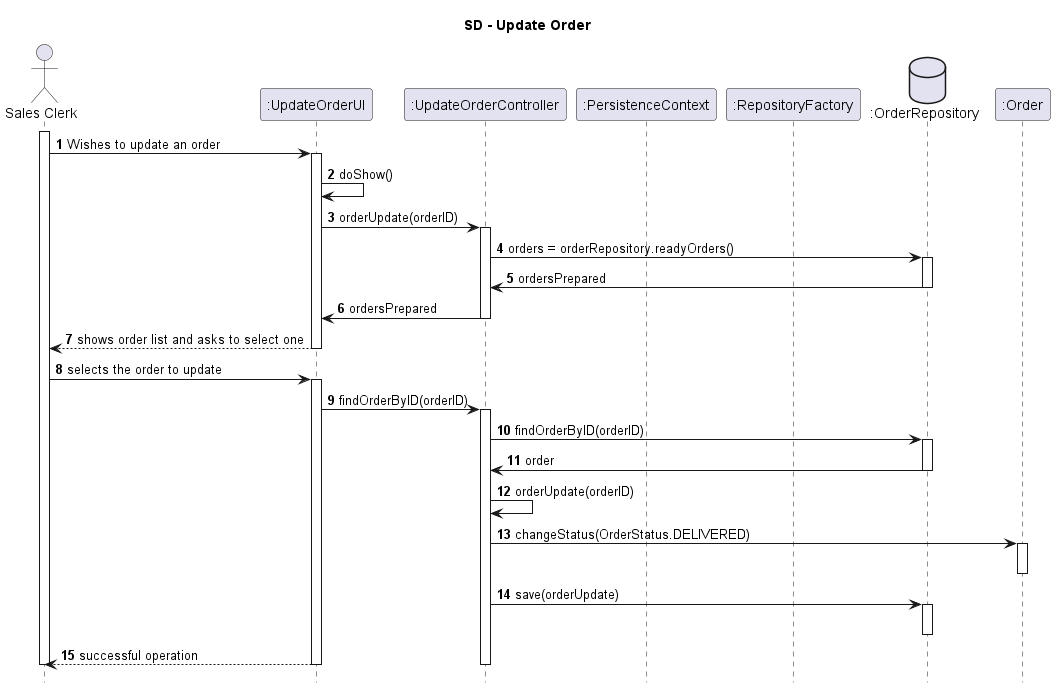
Above: Documentação/1190679/US1006/US1006_SD.png in 1190772/LAB-Project-4 (PlantUML), before the change.
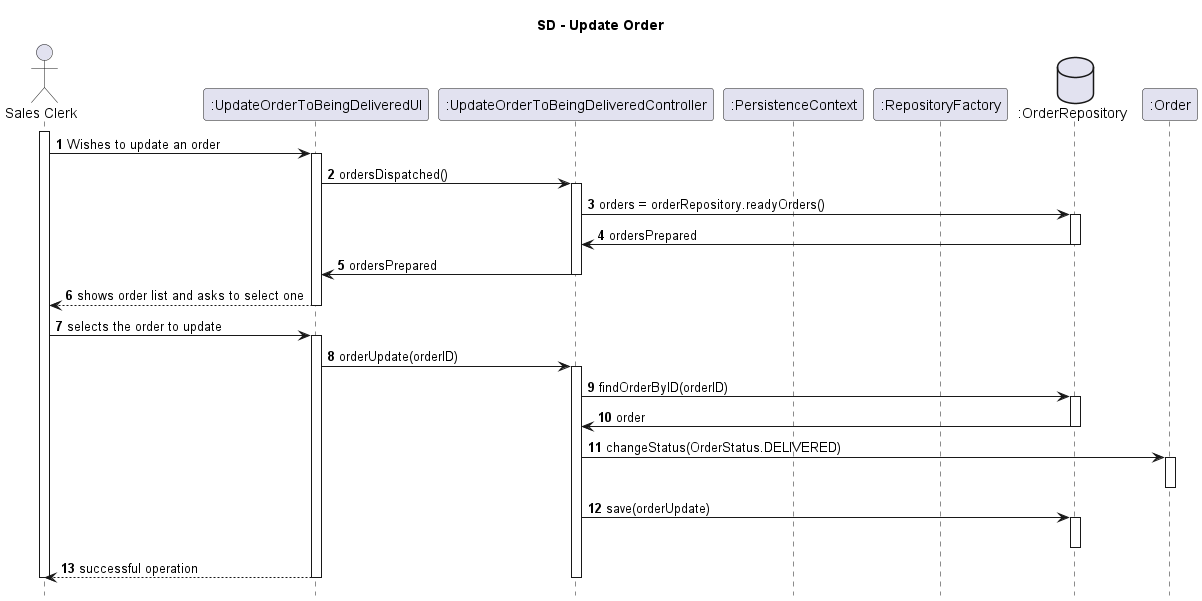
Above is the later version.

Diff of the diagram source:
```diff
@@ -5,8 +5,8 @@
 title SD - Update Order
 
         actor "Sales Clerk" as sc
-		participant ":UpdateOrderUI" as ui
-		participant ":UpdateOrderController" as ctrl
+		participant ":UpdateOrderToBeingDeliveredUI" as ui
+		participant ":UpdateOrderToBeingDeliveredController" as ctrl
 		participant ":PersistenceContext" as pc
 		participant ":RepositoryFactory" as rf
 		database ":OrderRepository" as repoPC
@@ -15,8 +15,7 @@
 
         sc -> ui: Wishes to update an order
         activate ui
-		ui->ui:doShow()
-        		ui->ctrl:orderUpdate(orderID)
+        		ui->ctrl:ordersDispatched()
         		activate ctrl
 
         		ctrl->repoPC:orders = orderRepository.readyOrders()
@@ -29,19 +28,16 @@
         		deactivate ui
         		sc -> ui : selects the order to update
         		activate ui
-        		ui->ctrl: findOrderByID(orderID)
+        		ui->ctrl: orderUpdate(orderID)
         		activate ctrl
         		ctrl -> repoPC: findOrderByID(orderID)
         		activate repoPC
         		repoPC->ctrl: order
         		deactivate repoPC
 
-
-        		ctrl->ctrl: orderUpdate(orderID)
         		ctrl -> prod : changeStatus(OrderStatus.DELIVERED)
         		activate prod
         		deactivate prod
-
 
         		ctrl->repoPC:save(orderUpdate)
         		activate repoPC
```
